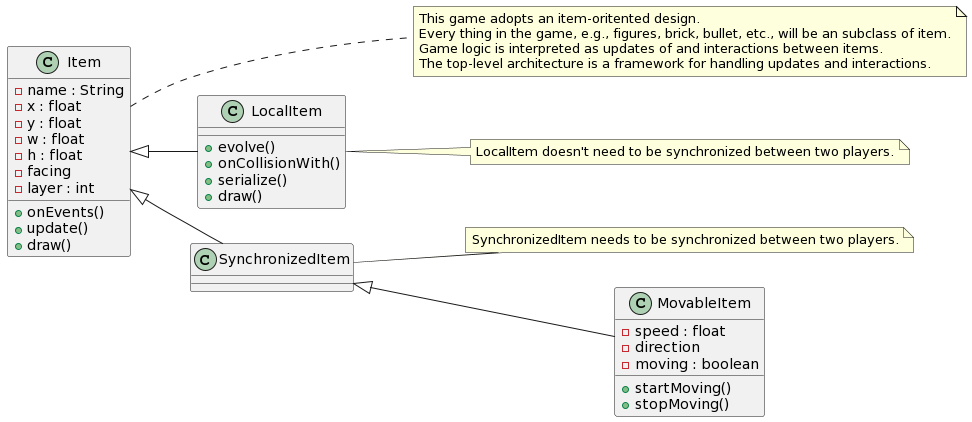
Earlier version of the PlantUML export RequirementDesignDoc/ItemClassesDiagram.png (UoB-COMSM0110/2024-group-13). The source it was exported from:
```plantuml
@startuml
left to right direction

class Item {
 -name : String
 -x : float
 -y : float
 -w : float
 -h : float
 -facing
 -layer : int
 +onEvents()
 +update()
 +draw()
}
note "This game adopts an item-oritented design.\nEvery thing in the game, e.g., figures, brick, bullet, etc., will be an subclass of item.\nGame logic is interpreted as updates of and interactions between items.\nThe top-level architecture is a framework for handling updates and interactions." as NItem
Item ... NItem

class LocalItem {
 +evolve()
 +onCollisionWith()
 +serialize()
 +draw()
}
note right of LocalItem : LocalItem doesn't need to be synchronized between two players.
Item <|-- LocalItem

class SynchronizedItem {
}
note right of SynchronizedItem : SynchronizedItem needs to be synchronized between two players.
Item <|-- SynchronizedItem

class MovableItem {
 -speed : float
 -direction
 -moving : boolean
 +startMoving()
 +stopMoving()
}
SynchronizedItem <|-- MovableItem
@enduml
```
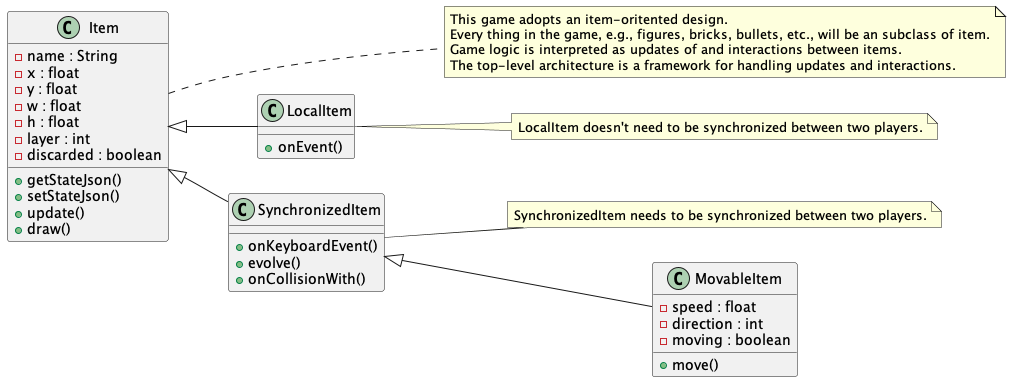
The same diagram one commit later.

What changed in the source:
```diff
@@ -7,35 +7,36 @@
  -y : float
  -w : float
  -h : float
- -facing
  -layer : int
- +onEvents()
+ -discarded : boolean
+ +getStateJson()
+ +setStateJson()
  +update()
  +draw()
 }
-note "This game adopts an item-oritented design.\nEvery thing in the game, e.g., figures, brick, bullet, etc., will be an subclass of item.\nGame logic is interpreted as updates of and interactions between items.\nThe top-level architecture is a framework for handling updates and interactions." as NItem
+note "This game adopts an item-oritented design.\nEvery thing in the game, e.g., figures, bricks, bullets, etc., will be an subclass of item.\nGame logic is interpreted as updates of and interactions between items.\nThe top-level architecture is a framework for handling updates and interactions." as NItem
 Item ... NItem
 
 class LocalItem {
- +evolve()
- +onCollisionWith()
- +serialize()
- +draw()
+ +onEvent()
 }
 note right of LocalItem : LocalItem doesn't need to be synchronized between two players.
 Item <|-- LocalItem
 
 class SynchronizedItem {
+ +onKeyboardEvent()
+ +evolve()
+ +onCollisionWith()
 }
 note right of SynchronizedItem : SynchronizedItem needs to be synchronized between two players.
 Item <|-- SynchronizedItem
 
 class MovableItem {
  -speed : float
- -direction
+ -direction : int
  -moving : boolean
- +startMoving()
- +stopMoving()
+ +move()
 }
 SynchronizedItem <|-- MovableItem
+
 @enduml
```
